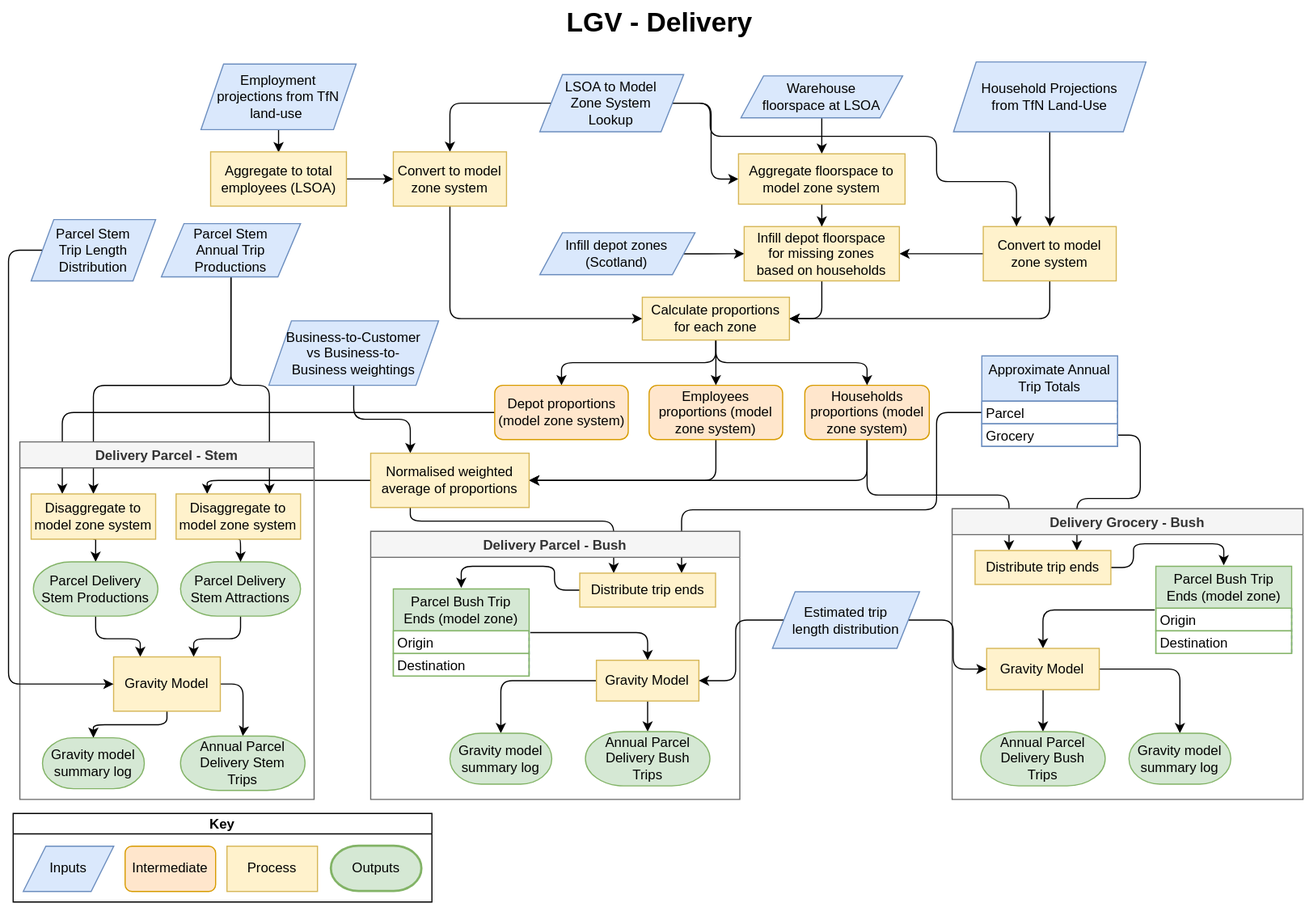
Before: docs/source/_static/images/LGV_methodology-Delivery.drawio.svg, a diagram exported from draw.io (Transport-for-the-North/caf.van). Source tidied: cells renumbered, new cells last; positions are measured from the earlier drawing's top-left corner, leaving out a move shared by most shapes.
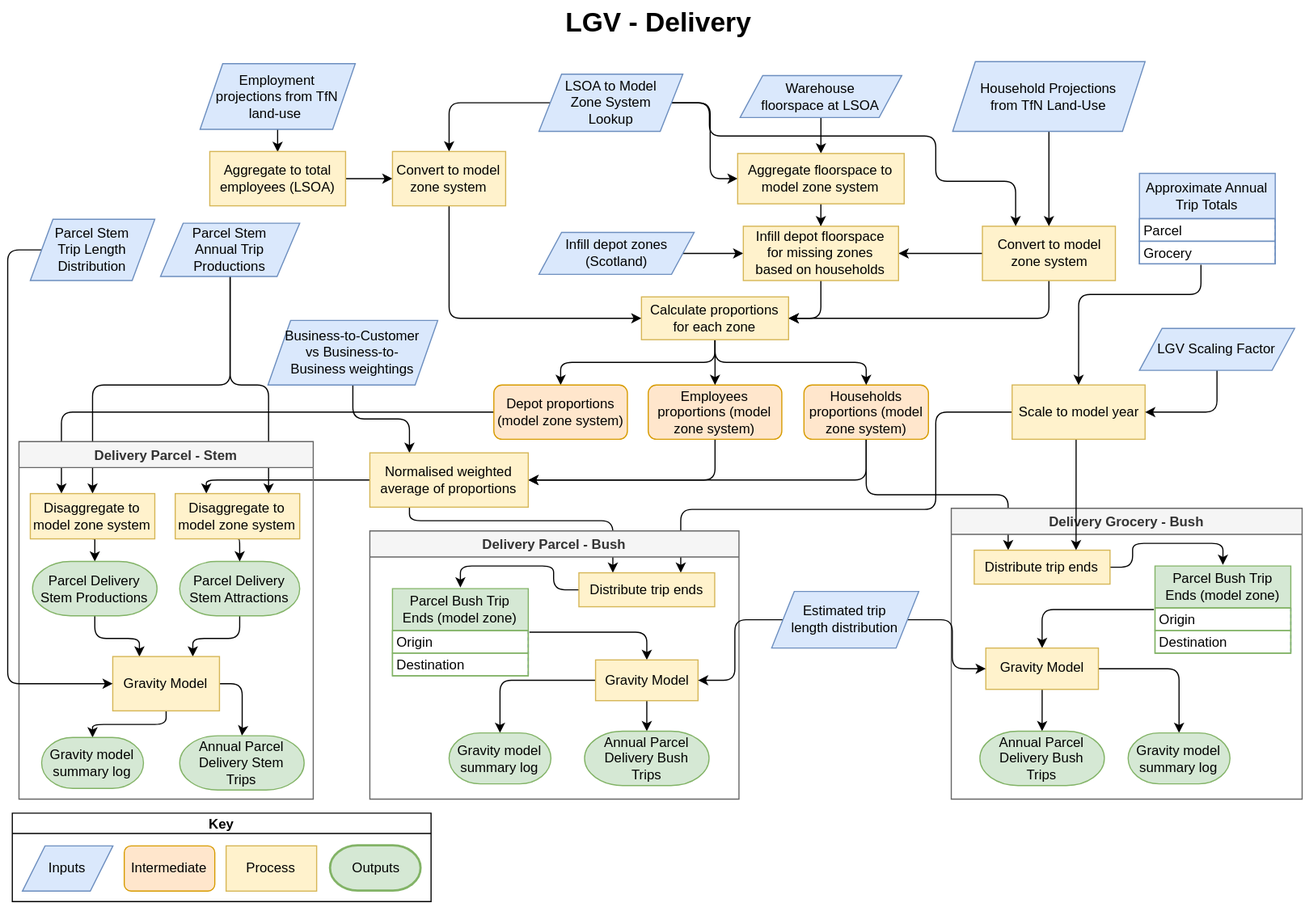
The same diagram one commit later.

The edit, as a diff of the source:
```diff
@@ -193,18 +193,16 @@
     <mxCell id="54" value="Parcel Stem Trip Length Distribution" style="shape=parallelogram;perimeter=parallelogramPerimeter;whiteSpace=wrap;html=1;fixedSize=1;rounded=0;shadow=0;glass=0;labelBackgroundColor=none;comic=0;sketch=0;strokeColor=#6c8ebf;strokeWidth=1;fillColor=#dae8fc;fontSize=12;spacingRight=10;spacingLeft=10;" parent="1" vertex="1">
       <mxGeometry x="20" y="193.6" width="110" height="54.2" as="geometry" />
     </mxCell>
-    <mxCell id="55" style="edgeStyle=orthogonalEdgeStyle;rounded=1;jettySize=auto;html=1;exitX=0;exitY=0.5;exitDx=0;exitDy=0;entryX=0.75;entryY=0;entryDx=0;entryDy=0;" parent="1" edge="1" source="82" target="71">
+    <mxCell id="55" style="edgeStyle=orthogonalEdgeStyle;rounded=1;jettySize=auto;html=1;exitX=0;exitY=0.5;exitDx=0;exitDy=0;entryX=0.75;entryY=0;entryDx=0;entryDy=0;" parent="1" edge="1" source="99" target="71">
       <mxGeometry relative="1" as="geometry">
         <Array as="points">
+          <mxPoint x="870" y="364" />
           <mxPoint x="820" y="364" />
           <mxPoint x="820" y="450" />
-          <mxPoint x="595" y="450" />
+          <mxPoint x="594.7" y="450" />
         </Array>
       </mxGeometry>
     </mxCell>
-    <mxCell id="56" style="edgeStyle=orthogonalEdgeStyle;rounded=1;jettySize=auto;html=1;exitX=1;exitY=0.5;exitDx=0;exitDy=0;entryX=0.75;entryY=0;entryDx=0;entryDy=0;" parent="1" edge="1" source="83" target="59">
-      <mxGeometry relative="1" as="geometry" />
-    </mxCell>
     <mxCell id="57" value="Delivery Grocery - Bush" style="swimlane;labelBackgroundColor=none;fillColor=#f5f5f5;strokeColor=#666666;fontColor=#333333;" parent="1" vertex="1">
       <mxGeometry x="833.8" y="449" width="310" height="257" as="geometry" />
     </mxCell>
@@ -277,15 +275,6 @@
     <mxCell id="80" value="Gravity model summary log" style="strokeWidth=1;html=1;shape=mxgraph.flowchart.terminator;whiteSpace=wrap;rounded=0;shadow=0;glass=0;sketch=0;fillColor=#d5e8d4;strokeColor=#82b366;fontFamily=Helvetica;fontSize=12;align=center;comic=0;" parent="69" vertex="1">
       <mxGeometry x="70" y="178.5" width="90" height="45" as="geometry" />
     </mxCell>
-    <mxCell id="81" value="Approximate Annual Trip Totals" style="swimlane;fontStyle=0;horizontal=1;startSize=40;fillColor=#dae8fc;rounded=0;separatorColor=#6C8EBF;swimlaneFillColor=none;perimeterSpacing=1;swimlaneLine=1;arcSize=13;strokeColor=#6C8EBF;whiteSpace=wrap;" parent="1" vertex="1">
-      <mxGeometry x="860" y="314" width="120" height="80" as="geometry" />
-    </mxCell>
-    <mxCell id="82" value="Parcel" style="text;fillColor=none;align=left;verticalAlign=middle;spacingLeft=4;spacingRight=4;overflow=hidden;points=[[0,0.5],[1,0.5]];portConstraint=eastwest;rounded=0;strokeColor=#6C8EBF;spacing=0;" parent="81" vertex="1">
-      <mxGeometry y="40" width="120" height="20" as="geometry" />
-    </mxCell>
-    <mxCell id="83" value="Grocery" style="text;fillColor=none;align=left;verticalAlign=middle;spacingLeft=4;spacingRight=4;overflow=hidden;points=[[0,0.5],[1,0.5]];portConstraint=eastwest;rounded=0;strokeColor=#6C8EBF;spacing=0;" parent="81" vertex="1">
-      <mxGeometry y="60" width="120" height="20" as="geometry" />
-    </mxCell>
     <mxCell id="84" style="edgeStyle=orthogonalEdgeStyle;rounded=1;jettySize=auto;html=1;entryX=1;entryY=0.5;entryDx=0;entryDy=0;" parent="1" edge="1" source="86" target="78">
       <mxGeometry relative="1" as="geometry" />
     </mxCell>
@@ -328,5 +317,39 @@
     <mxCell id="97" value="Household Projections from TfN Land-Use" style="shape=parallelogram;perimeter=parallelogramPerimeter;whiteSpace=wrap;html=1;fixedSize=1;rounded=0;shadow=0;glass=0;labelBackgroundColor=none;comic=0;sketch=0;strokeColor=#6c8ebf;strokeWidth=1;fillColor=#dae8fc;fontSize=12;spacingRight=15;spacingLeft=15;" parent="1" vertex="1">
       <mxGeometry x="835" y="54.3" width="170" height="61.7" as="geometry" />
     </mxCell>
+    <mxCell id="98" style="edgeStyle=orthogonalEdgeStyle;rounded=0;jettySize=auto;html=1;entryX=0.75;entryY=0;entryDx=0;entryDy=0;" parent="1" edge="1" source="99" target="59">
+      <mxGeometry relative="1" as="geometry">
+        <Array as="points">
+          <mxPoint x="944" y="410" />
+          <mxPoint x="944" y="410" />
+        </Array>
+      </mxGeometry>
+    </mxCell>
+    <mxCell id="99" value="Scale to model year" style="rounded=0;whiteSpace=wrap;html=1;shadow=0;glass=0;labelBackgroundColor=none;comic=0;sketch=0;strokeColor=#d6b656;strokeWidth=1;fillColor=#fff2cc;fontSize=12;" parent="1" vertex="1">
+      <mxGeometry x="887.5" y="340" width="117.5" height="48" as="geometry" />
+    </mxCell>
+    <mxCell id="100" style="edgeStyle=orthogonalEdgeStyle;rounded=1;jettySize=auto;html=1;entryX=0.5;entryY=0;entryDx=0;entryDy=0;curved=0;exitX=0.453;exitY=1.04;exitDx=0;exitDy=0;exitPerimeter=0;" parent="1" edge="1" source="83" target="99">
+      <mxGeometry relative="1" as="geometry">
+        <Array as="points">
+          <mxPoint x="1054.4" y="260" />
+          <mxPoint x="946.3" y="260" />
+        </Array>
+      </mxGeometry>
+    </mxCell>
+    <mxCell id="81" value="Approximate Annual Trip Totals" style="swimlane;fontStyle=0;horizontal=1;startSize=40;fillColor=#dae8fc;rounded=0;separatorColor=#6C8EBF;swimlaneFillColor=none;perimeterSpacing=1;swimlaneLine=1;arcSize=13;strokeColor=#6C8EBF;whiteSpace=wrap;" parent="1" vertex="1">
+      <mxGeometry x="1000" y="153" width="120" height="80" as="geometry" />
+    </mxCell>
+    <mxCell id="82" value="Parcel" style="text;fillColor=none;align=left;verticalAlign=middle;spacingLeft=4;spacingRight=4;overflow=hidden;points=[[0,0.5],[1,0.5]];portConstraint=eastwest;rounded=0;strokeColor=#6C8EBF;spacing=0;" parent="81" vertex="1">
+      <mxGeometry y="40" width="120" height="20" as="geometry" />
+    </mxCell>
+    <mxCell id="83" value="Grocery" style="text;fillColor=none;align=left;verticalAlign=middle;spacingLeft=4;spacingRight=4;overflow=hidden;points=[[0,0.5],[1,0.5]];portConstraint=eastwest;rounded=0;strokeColor=#6C8EBF;spacing=0;" parent="81" vertex="1">
+      <mxGeometry y="60" width="120" height="20" as="geometry" />
+    </mxCell>
+    <mxCell id="101" style="edgeStyle=orthogonalEdgeStyle;rounded=1;jettySize=auto;html=1;entryX=1;entryY=0.5;entryDx=0;entryDy=0;curved=0;" parent="1" edge="1" source="102" target="99">
+      <mxGeometry relative="1" as="geometry" />
+    </mxCell>
+    <mxCell id="102" value="LGV Scaling Factor" style="shape=parallelogram;perimeter=parallelogramPerimeter;whiteSpace=wrap;html=1;fixedSize=1;rounded=0;shadow=0;glass=0;labelBackgroundColor=none;comic=0;sketch=0;strokeColor=#6c8ebf;strokeWidth=1;fillColor=#dae8fc;fontSize=12;spacingRight=10;spacingLeft=10;" parent="1" vertex="1">
+      <mxGeometry x="1000" y="290" width="137.1" height="37.1" as="geometry" />
+    </mxCell>
   </root>
 </mxGraphModel>
```
